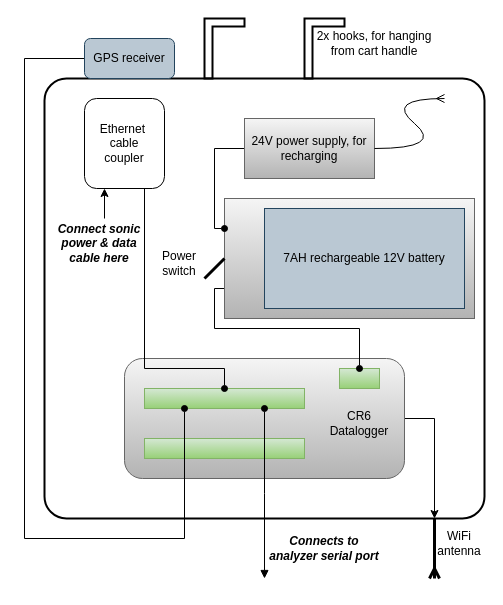
This is img/logger-setup.drawio from patricktokeeffe/ch4-plume-study, a draw.io file, before an edit. Source tidied: cells renumbered, new cells numbered last; positions are measured from the earlier drawing's top-left corner, leaving out a move shared by most shapes. Both pictures are drawn from the tidied source at 100%, with x=0, y=0 at pixel (24, 18).
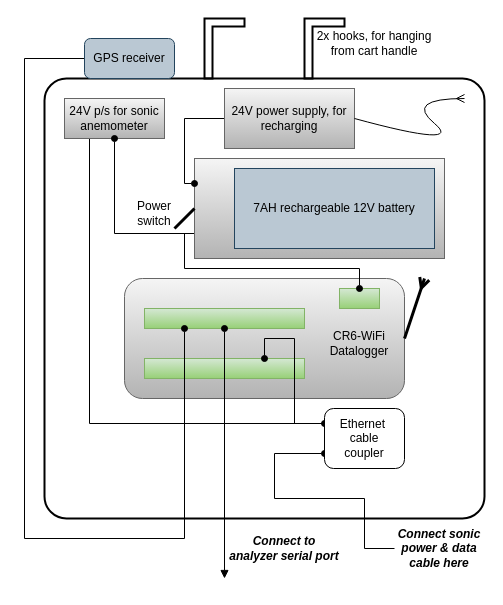
Above is the later version.

Commit message:
FIX: add 24V power supply for sonic

too much voltage drop over 130' cable..

What changed in the source:
```diff
@@
-    <mxCell id="3" style="edgeStyle=orthogonalEdgeStyle;rounded=0;html=1;exitX=1;exitY=0.5;exitDx=0;exitDy=0;entryX=0.75;entryY=1;entryDx=0;entryDy=0;jettySize=auto;" parent="1" edge="1" source="4">
-      <mxGeometry relative="1" as="geometry">
-        <mxPoint x="410" y="500" as="targetPoint" />
-        <Array as="points">
-          <mxPoint x="410" y="400" />
-        </Array>
-      </mxGeometry>
-    </mxCell>
+    <mxCell id="30" style="edgeStyle=orthogonalEdgeStyle;rounded=0;jettySize=auto;html=1;exitX=0.25;exitY=1;exitDx=0;exitDy=0;entryX=0;entryY=0.25;entryDx=0;entryDy=0;endArrow=oval;endFill=1;" parent="1" edge="1" source="31" target="15">
+      <mxGeometry relative="1" as="geometry" />
+    </mxCell>
+    <mxCell id="31" value="24V p/s for sonic anemometer" style="rounded=0;whiteSpace=wrap;html=1;fillColor=#f5f5f5;strokeColor=#666666;gradientColor=#b3b3b3;" parent="1" vertex="1">
+      <mxGeometry x="40" y="80" width="100" height="40" as="geometry" />
+    </mxCell>
     <mxCell id="4" style="rounded=1;whiteSpace=wrap;html=1;fillColor=#f5f5f5;strokeColor=#666666;gradientColor=#b3b3b3;" parent="1" vertex="1">
-      <mxGeometry x="100" y="340" width="280" height="120" as="geometry" />
+      <mxGeometry x="100" y="260" width="280" height="120" as="geometry" />
     </mxCell>
     <mxCell id="5" style="rounded=0;whiteSpace=wrap;html=1;fillColor=#d5e8d4;strokeColor=#82b366;gradientColor=#97d077;" parent="1" vertex="1">
-      <mxGeometry x="315" y="350" width="40" height="20" as="geometry" />
+      <mxGeometry x="315" y="270" width="40" height="20" as="geometry" />
     </mxCell>
     <mxCell id="6" style="rounded=0;whiteSpace=wrap;html=1;fillColor=#d5e8d4;strokeColor=#82b366;gradientColor=#97d077;" parent="1" vertex="1">
-      <mxGeometry x="120" y="370" width="160" height="20" as="geometry" />
+      <mxGeometry x="120" y="290" width="160" height="20" as="geometry" />
     </mxCell>
     <mxCell id="7" style="rounded=0;whiteSpace=wrap;html=1;fillColor=#d5e8d4;strokeColor=#82b366;gradientColor=#97d077;" parent="1" vertex="1">
-      <mxGeometry x="120" y="420" width="160" height="20" as="geometry" />
+      <mxGeometry x="120" y="340" width="160" height="20" as="geometry" />
     </mxCell>
-    <mxCell id="8" value="CR6&lt;br&gt;Datalogger&lt;br&gt;" style="text;html=1;strokeColor=none;fillColor=none;align=center;verticalAlign=middle;whiteSpace=wrap;rounded=0;" parent="1" vertex="1">
-      <mxGeometry x="300" y="380" width="70" height="50" as="geometry" />
+    <mxCell id="8" value="CR6-WiFi&lt;br&gt;Datalogger&lt;br&gt;" style="text;html=1;strokeColor=none;fillColor=none;align=center;verticalAlign=middle;whiteSpace=wrap;rounded=0;" parent="1" vertex="1">
+      <mxGeometry x="300" y="300" width="70" height="50" as="geometry" />
     </mxCell>
-    <mxCell id="9" style="endArrow=ERmany;html=1;exitX=0.75;exitY=1;exitDx=0;exitDy=0;strokeWidth=3;endFill=0;" parent="1" edge="1">
+    <mxCell id="9" style="endArrow=ERmany;html=1;strokeWidth=3;endFill=0;" parent="1" edge="1">
       <mxGeometry relative="1" as="geometry">
-        <mxPoint x="410" y="500" as="sourcePoint" />
-        <mxPoint x="410" y="560" as="targetPoint" />
+        <mxPoint x="380" y="320" as="sourcePoint" />
+        <mxPoint x="400" y="260" as="targetPoint" />
       </mxGeometry>
     </mxCell>
-    <mxCell id="10" value="WiFi&lt;br&gt;antenna&lt;br&gt;" style="text;html=1;strokeColor=none;fillColor=none;align=center;verticalAlign=middle;whiteSpace=wrap;rounded=0;" parent="1" vertex="1">
-      <mxGeometry x="410" y="510" width="50" height="30" as="geometry" />
-    </mxCell>
     <mxCell id="11" style="edgeStyle=orthogonalEdgeStyle;rounded=0;html=1;exitX=0;exitY=0.75;exitDx=0;exitDy=0;entryX=0.5;entryY=0;entryDx=0;entryDy=0;jettySize=auto;endArrow=oval;endFill=1;" parent="1" edge="1" source="12" target="5">
       <mxGeometry relative="1" as="geometry">
         <Array as="points">
-          <mxPoint x="190" y="270" />
-          <mxPoint x="190" y="310" />
-          <mxPoint x="335" y="310" />
+          <mxPoint x="160" y="215" />
+          <mxPoint x="160" y="250" />
+          <mxPoint x="335" y="250" />
         </Array>
       </mxGeometry>
     </mxCell>
+    <mxCell id="32" style="edgeStyle=orthogonalEdgeStyle;rounded=0;jettySize=auto;html=1;exitX=0;exitY=0.75;exitDx=0;exitDy=0;entryX=0.5;entryY=1;entryDx=0;entryDy=0;endArrow=oval;endFill=1;" parent="1" edge="1" source="12" target="31">
+      <mxGeometry relative="1" as="geometry" />
+    </mxCell>
     <mxCell id="12" style="rounded=0;whiteSpace=wrap;html=1;fillColor=#f5f5f5;strokeColor=#666666;gradientColor=#b3b3b3;" parent="1" vertex="1">
-      <mxGeometry x="200" y="180" width="250" height="120" as="geometry" />
+      <mxGeometry x="170" y="140" width="250" height="100" as="geometry" />
     </mxCell>
     <mxCell id="13" value="7AH rechargeable 12V battery" style="rounded=0;whiteSpace=wrap;html=1;fillColor=#bac8d3;strokeColor=#23445d;" parent="1" vertex="1">
-      <mxGeometry x="240" y="190" width="200" height="100" as="geometry" />
+      <mxGeometry x="210" y="150" width="200" height="80" as="geometry" />
     </mxCell>
-    <mxCell id="14" style="edgeStyle=orthogonalEdgeStyle;rounded=0;html=1;exitX=0.75;exitY=1;exitDx=0;exitDy=0;entryX=0.5;entryY=0;entryDx=0;entryDy=0;jettySize=auto;endArrow=oval;endFill=1;" parent="1" edge="1" source="15" target="6">
+    <mxCell id="14" style="edgeStyle=orthogonalEdgeStyle;rounded=0;html=1;entryX=0;entryY=0.75;entryDx=0;entryDy=0;jettySize=auto;endArrow=oval;endFill=1;exitX=0;exitY=0.5;exitDx=0;exitDy=0;" parent="1" edge="1" source="17" target="15">
       <mxGeometry relative="1" as="geometry">
         <Array as="points">
-          <mxPoint x="120" y="350" />
-          <mxPoint x="200" y="350" />
+          <mxPoint x="340" y="530" />
+          <mxPoint x="340" y="480" />
+          <mxPoint x="250" y="480" />
+          <mxPoint x="250" y="435" />
         </Array>
       </mxGeometry>
     </mxCell>
+    <mxCell id="33" style="edgeStyle=orthogonalEdgeStyle;rounded=0;jettySize=auto;html=1;exitX=0;exitY=0.25;exitDx=0;exitDy=0;entryX=0.75;entryY=0;entryDx=0;entryDy=0;endArrow=oval;endFill=1;" parent="1" edge="1" source="15" target="7">
+      <mxGeometry relative="1" as="geometry">
+        <Array as="points">
+          <mxPoint x="270" y="405" />
+          <mxPoint x="270" y="320" />
+          <mxPoint x="240" y="320" />
+        </Array>
+      </mxGeometry>
+    </mxCell>
     <mxCell id="15" value="Ethernet&amp;nbsp;&lt;br&gt;cable&lt;br&gt;coupler&lt;br&gt;" style="rounded=1;whiteSpace=wrap;html=1;" parent="1" vertex="1">
-      <mxGeometry x="60" y="80" width="80" height="90" as="geometry" />
+      <mxGeometry x="300" y="390" width="80" height="60" as="geometry" />
     </mxCell>
-    <mxCell id="16" style="endArrow=classic;html=1;entryX=0.25;entryY=1;entryDx=0;entryDy=0;" parent="1" edge="1" target="15">
-      <mxGeometry relative="1" as="geometry">
-        <mxPoint x="80" y="200" as="sourcePoint" />
-      </mxGeometry>
-    </mxCell>
     <mxCell id="17" value="Connect sonic power &amp;amp; data cable here" style="text;html=1;strokeColor=none;fillColor=none;align=center;verticalAlign=middle;whiteSpace=wrap;rounded=0;fontStyle=3;" parent="1" vertex="1">
-      <mxGeometry x="30" y="200" width="90" height="50" as="geometry" />
+      <mxGeometry x="370" y="505" width="90" height="50" as="geometry" />
     </mxCell>
     <mxCell id="18" style="edgeStyle=orthogonalEdgeStyle;rounded=0;html=1;exitX=0;exitY=0.5;exitDx=0;exitDy=0;entryX=0;entryY=0.25;entryDx=0;entryDy=0;jettySize=auto;endArrow=oval;endFill=1;" parent="1" edge="1" source="19" target="12">
       <mxGeometry relative="1" as="geometry">
         <Array as="points">
-          <mxPoint x="190" y="130" />
-          <mxPoint x="190" y="210" />
+          <mxPoint x="160" y="100" />
+          <mxPoint x="160" y="165" />
         </Array>
       </mxGeometry>
     </mxCell>
     <mxCell id="19" value="24V power supply, for recharging" style="rounded=0;whiteSpace=wrap;html=1;fillColor=#f5f5f5;strokeColor=#666666;gradientColor=#b3b3b3;" parent="1" vertex="1">
-      <mxGeometry x="220" y="100" width="130" height="60" as="geometry" />
+      <mxGeometry x="200" y="70" width="130" height="60" as="geometry" />
     </mxCell>
     <mxCell id="20" style="curved=1;endArrow=ERmany;html=1;exitX=1;exitY=0.5;exitDx=0;exitDy=0;endFill=0;" parent="1" edge="1" source="19">
       <mxGeometry relative="1" as="geometry">
-        <mxPoint x="420" y="80" as="targetPoint" />
+        <mxPoint x="440" y="80" as="targetPoint" />
         <Array as="points">
-          <mxPoint x="420" y="130" />
-          <mxPoint x="360" y="80" />
+          <mxPoint x="440" y="130" />
+          <mxPoint x="380" y="80" />
         </Array>
       </mxGeometry>
     </mxCell>
@@
-    <mxCell id="23" style="edgeStyle=orthogonalEdgeStyle;rounded=0;html=1;exitX=0.75;exitY=1;exitDx=0;exitDy=0;endArrow=block;endFill=1;jettySize=auto;startArrow=oval;startFill=1;" parent="1" edge="1" source="6">
+    <mxCell id="23" style="edgeStyle=orthogonalEdgeStyle;rounded=0;html=1;endArrow=block;endFill=1;jettySize=auto;startArrow=oval;startFill=1;exitX=0.5;exitY=1;exitDx=0;exitDy=0;" parent="1" edge="1" source="6">
       <mxGeometry relative="1" as="geometry">
-        <mxPoint x="240" y="560" as="targetPoint" />
+        <mxPoint x="200" y="560" as="targetPoint" />
+        <Array as="points">
+          <mxPoint x="200" y="560" />
+        </Array>
       </mxGeometry>
     </mxCell>
-    <mxCell id="24" value="Connects to analyzer serial port" style="text;html=1;strokeColor=none;fillColor=none;align=center;verticalAlign=middle;whiteSpace=wrap;rounded=0;fontStyle=3;" parent="1" vertex="1">
-      <mxGeometry x="240" y="510" width="120" height="40" as="geometry" />
+    <mxCell id="24" value="Connect to &lt;br&gt;analyzer serial port" style="text;html=1;strokeColor=none;fillColor=none;align=center;verticalAlign=middle;whiteSpace=wrap;rounded=0;fontStyle=3;" parent="1" vertex="1">
+      <mxGeometry x="200" y="510" width="120" height="40" as="geometry" />
     </mxCell>
@@
     <mxCell id="28" style="endArrow=none;html=1;strokeWidth=3;" parent="1" edge="1">
       <mxGeometry relative="1" as="geometry">
-        <mxPoint x="180" y="260" as="sourcePoint" />
-        <mxPoint x="200" y="240" as="targetPoint" />
+        <mxPoint x="150" y="210" as="sourcePoint" />
+        <mxPoint x="170" y="190" as="targetPoint" />
       </mxGeometry>
     </mxCell>
     <mxCell id="29" value="Power switch" style="text;html=1;strokeColor=none;fillColor=none;align=center;verticalAlign=middle;whiteSpace=wrap;rounded=0;" parent="1" vertex="1">
-      <mxGeometry x="130" y="230" width="50" height="30" as="geometry" />
+      <mxGeometry x="110" y="180" width="40" height="30" as="geometry" />
     </mxCell>
```
